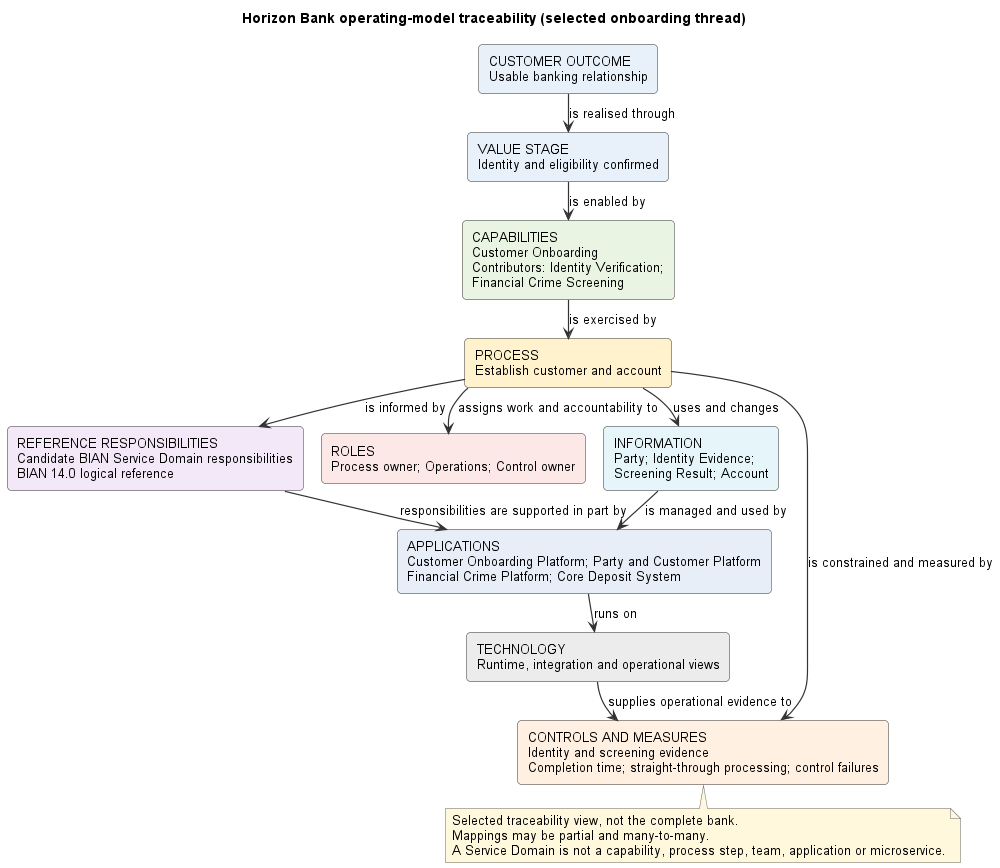
This is diagrams/exported/png/FIG-33-01-horizon-bank-operating-model-traceability.png from nishikanttiwari01/Architecture_Modelling, a PlantUML export, as it was before one commit.
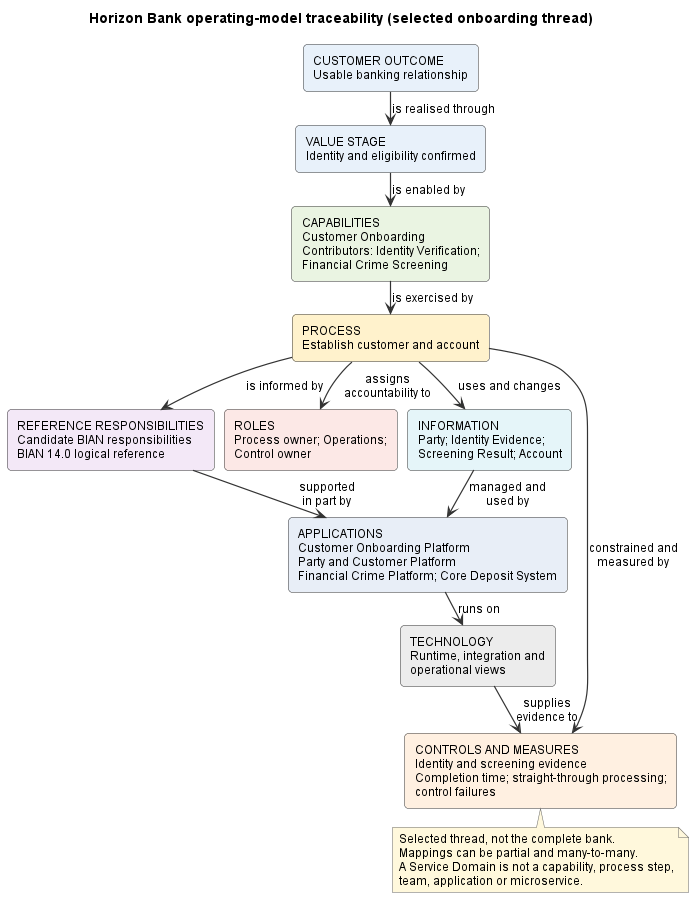
After the commit.

Commit message:
Improve Chapter 33 figure page readability

Change to the diagram source:
```diff
@@ -2,9 +2,9 @@
 !include ../../styles/plantuml-theme.puml
 title Horizon Bank operating-model traceability (selected onboarding thread)
 top to bottom direction
-skinparam nodesep 18
-skinparam ranksep 22
-skinparam defaultFontSize 13
+skinparam nodesep 10
+skinparam ranksep 18
+skinparam defaultFontSize 12
 skinparam rectangle {
   RoundCorner 8
 }
@@ -13,28 +13,29 @@
 rectangle "VALUE STAGE\nIdentity and eligibility confirmed" as value #E8F1FA
 rectangle "CAPABILITIES\nCustomer Onboarding\nContributors: Identity Verification;\nFinancial Crime Screening" as capability #EAF4E2
 rectangle "PROCESS\nEstablish customer and account" as process #FFF2CC
-rectangle "REFERENCE RESPONSIBILITIES\nCandidate BIAN Service Domain responsibilities\nBIAN 14.0 logical reference" as bian #F3E8F7
-rectangle "ROLES\nProcess owner; Operations; Control owner" as roles #FCE8E6
+rectangle "REFERENCE RESPONSIBILITIES\nCandidate BIAN responsibilities\nBIAN 14.0 logical reference" as bian #F3E8F7
+rectangle "ROLES\nProcess owner; Operations;\nControl owner" as roles #FCE8E6
 rectangle "INFORMATION\nParty; Identity Evidence;\nScreening Result; Account" as info #E5F5F9
-rectangle "APPLICATIONS\nCustomer Onboarding Platform; Party and Customer Platform\nFinancial Crime Platform; Core Deposit System" as apps #E8EEF7
-rectangle "TECHNOLOGY\nRuntime, integration and operational views" as tech #ECECEC
-rectangle "CONTROLS AND MEASURES\nIdentity and screening evidence\nCompletion time; straight-through processing; control failures" as evidence #FFF0E1
+rectangle "APPLICATIONS\nCustomer Onboarding Platform\nParty and Customer Platform\nFinancial Crime Platform; Core Deposit System" as apps #E8EEF7
+rectangle "TECHNOLOGY\nRuntime, integration and\noperational views" as tech #ECECEC
+rectangle "CONTROLS AND MEASURES\nIdentity and screening evidence\nCompletion time; straight-through processing;\ncontrol failures" as evidence #FFF0E1
 
 outcome -down-> value : is realised through
 value -down-> capability : is enabled by
 capability -down-> process : is exercised by
 process -down-> bian : is informed by
-process -down-> roles : assigns work and accountability to
+process -down-> roles : assigns\naccountability to
 process -down-> info : uses and changes
-bian -down-> apps : responsibilities are supported in part by
-info -down-> apps : is managed and used by
+bian -down-> apps : supported\nin part by
+info -down-> apps : managed and\nused by
 apps -down-> tech : runs on
-process -down-> evidence : is constrained and measured by
-tech -down-> evidence : supplies operational evidence to
+process -down-> evidence : constrained and\nmeasured by
+tech -down-> evidence : supplies\nevidence to
 
 note bottom
-Selected traceability view, not the complete bank.
-Mappings may be partial and many-to-many.
-A Service Domain is not a capability, process step, team, application or microservice.
+Selected thread, not the complete bank.
+Mappings can be partial and many-to-many.
+A Service Domain is not a capability, process step,
+team, application or microservice.
 end note
 @enduml
```
